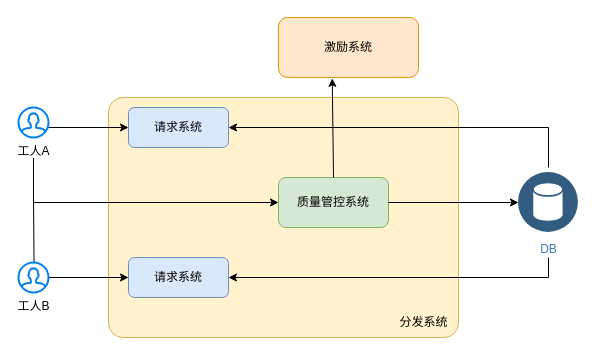
The draw.io diagram page "分发系统数据流" (1 of 3) of diagrams/分发系统.drawio in sduoffline/sapphire-doc, before the edit. Source tidied: cells renumbered, new cells numbered last; positions are measured from the earlier drawing's top-left corner, leaving out a move shared by most shapes. Both pictures are drawn from the tidied source at 100%, with x=0, y=0 at pixel (18, 17).
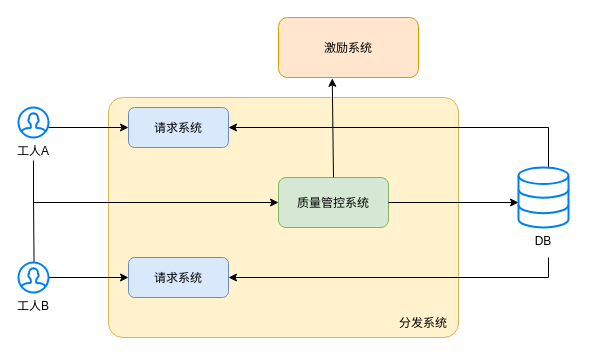
After the change.

Change to the diagram source:
```diff
@@
-    <mxCell id="2" style="rounded=1;whiteSpace=wrap;html=1;fillColor=#fff2cc;strokeColor=#d6b656;arcSize=6;" parent="1" vertex="1">
+    <mxCell id="2" style="rounded=1;fillColor=#fff2cc;strokeColor=#d6b656;arcSize=6;labelBorderColor=none;" parent="1" vertex="1">
       <mxGeometry x="90" y="80" width="350" height="240" as="geometry" />
     </mxCell>
-    <mxCell id="3" value="分发系统" style="text;html=1;align=center;verticalAlign=middle;strokeColor=none;fillColor=none;" parent="1" vertex="1">
+    <mxCell id="3" value="分发系统" style="text;align=center;verticalAlign=middle;strokeColor=none;fillColor=none;labelBorderColor=none;" parent="1" vertex="1">
       <mxGeometry x="370" y="290" width="70" height="30" as="geometry" />
     </mxCell>
-    <mxCell id="4" value="请求系统" style="rounded=1;whiteSpace=wrap;html=1;fillColor=#dae8fc;strokeColor=#6c8ebf;" parent="1" vertex="1">
+    <mxCell id="4" value="请求系统" style="rounded=1;fillColor=#dae8fc;strokeColor=#6c8ebf;labelBorderColor=none;" parent="1" vertex="1">
       <mxGeometry x="110" y="90" width="100" height="40" as="geometry" />
     </mxCell>
-    <mxCell id="5" value="请求系统" style="rounded=1;whiteSpace=wrap;html=1;fillColor=#dae8fc;strokeColor=#6c8ebf;" parent="1" vertex="1">
+    <mxCell id="5" value="请求系统" style="rounded=1;fillColor=#dae8fc;strokeColor=#6c8ebf;labelBorderColor=none;" parent="1" vertex="1">
       <mxGeometry x="110" y="240" width="100" height="40" as="geometry" />
     </mxCell>
-    <mxCell id="6" style="endArrow=classic;html=1;rounded=0;entryX=0;entryY=0.5;entryDx=0;entryDy=0;" parent="1" edge="1" target="4">
+    <mxCell id="6" style="endArrow=classic;rounded=0;entryX=0;entryY=0.5;entryDx=0;entryDy=0;labelBorderColor=none;" parent="1" edge="1" target="4">
       <mxGeometry relative="1" as="geometry">
         <mxPoint x="30" y="110" as="sourcePoint" />
       </mxGeometry>
     </mxCell>
-    <mxCell id="7" style="endArrow=classic;html=1;rounded=0;entryX=0;entryY=0.5;entryDx=0;entryDy=0;" parent="1" edge="1">
+    <mxCell id="7" style="endArrow=classic;rounded=0;entryX=0;entryY=0.5;entryDx=0;entryDy=0;labelBorderColor=none;" parent="1" edge="1">
       <mxGeometry relative="1" as="geometry">
         <mxPoint x="30" y="260" as="sourcePoint" />
         <mxPoint x="110" y="260" as="targetPoint" />
       </mxGeometry>
     </mxCell>
-    <mxCell id="8" style="endArrow=classic;html=1;rounded=0;entryX=1;entryY=0.5;entryDx=0;entryDy=0;" parent="1" edge="1" target="4">
+    <mxCell id="8" style="endArrow=classic;rounded=0;entryX=1;entryY=0.5;entryDx=0;entryDy=0;labelBorderColor=none;" parent="1" edge="1" target="4">
       <mxGeometry relative="1" as="geometry">
         <mxPoint x="530" y="150" as="sourcePoint" />
         <Array as="points">
           <mxPoint x="530" y="110" />
         </Array>
       </mxGeometry>
     </mxCell>
-    <mxCell id="9" style="endArrow=classic;html=1;rounded=0;entryX=1;entryY=0.5;entryDx=0;entryDy=0;" parent="1" edge="1" target="5">
+    <mxCell id="9" style="endArrow=classic;rounded=0;entryX=1;entryY=0.5;entryDx=0;entryDy=0;labelBorderColor=none;" parent="1" edge="1" target="5">
       <mxGeometry relative="1" as="geometry">
         <mxPoint x="530" y="240" as="sourcePoint" />
         <Array as="points">
           <mxPoint x="530" y="260" />
         </Array>
       </mxGeometry>
     </mxCell>
-    <mxCell id="10" value="质量管控系统" style="rounded=1;whiteSpace=wrap;html=1;fillColor=#d5e8d4;strokeColor=#82b366;" parent="1" vertex="1">
+    <mxCell id="10" value="质量管控系统" style="rounded=1;fillColor=#d5e8d4;strokeColor=#82b366;labelBorderColor=none;" parent="1" vertex="1">
       <mxGeometry x="260" y="160" width="110" height="50" as="geometry" />
     </mxCell>
-    <mxCell id="11" style="endArrow=classic;html=1;rounded=0;entryX=0;entryY=0.5;entryDx=0;entryDy=0;" parent="1" edge="1" target="10">
+    <mxCell id="11" style="endArrow=classic;rounded=0;entryX=0;entryY=0.5;entryDx=0;entryDy=0;labelBorderColor=none;" parent="1" edge="1" target="10">
       <mxGeometry relative="1" as="geometry">
         <mxPoint x="15" y="140" as="sourcePoint" />
         <Array as="points">
           <mxPoint x="15" y="185" />
         </Array>
       </mxGeometry>
     </mxCell>
-    <mxCell id="12" style="endArrow=none;html=1;rounded=0;exitX=0.518;exitY=-0.014;exitDx=0;exitDy=0;exitPerimeter=0;" parent="1" edge="1" source="17">
+    <mxCell id="12" style="endArrow=none;rounded=0;exitX=0.518;exitY=-0.014;exitDx=0;exitDy=0;exitPerimeter=0;labelBorderColor=none;" parent="1" edge="1" source="17">
       <mxGeometry relative="1" as="geometry">
         <mxPoint x="15" y="180" as="targetPoint" />
       </mxGeometry>
     </mxCell>
-    <mxCell id="13" style="endArrow=classic;html=1;rounded=0;exitX=1;exitY=0.5;exitDx=0;exitDy=0;entryX=0;entryY=0.5;entryDx=0;entryDy=0;" parent="1" edge="1" source="10" target="18">
-      <mxGeometry relative="1" as="geometry" />
+    <mxCell id="13" style="endArrow=classic;rounded=0;exitX=1;exitY=0.5;exitDx=0;exitDy=0;entryX=0;entryY=0.5;entryDx=0;entryDy=0;labelBorderColor=none;" parent="1" edge="1" source="10">
+      <mxGeometry relative="1" as="geometry">
+        <mxPoint x="500" y="185" as="targetPoint" />
+      </mxGeometry>
     </mxCell>
-    <mxCell id="14" value="激励系统" style="rounded=1;whiteSpace=wrap;html=1;fillColor=#ffe6cc;strokeColor=#d79b00;" parent="1" vertex="1">
+    <mxCell id="14" value="激励系统" style="rounded=1;fillColor=#ffe6cc;strokeColor=#d79b00;labelBorderColor=none;" parent="1" vertex="1">
       <mxGeometry x="260" width="140" height="60" as="geometry" />
     </mxCell>
-    <mxCell id="15" style="endArrow=classic;html=1;rounded=0;exitX=0.5;exitY=0;exitDx=0;exitDy=0;entryX=0.384;entryY=1.014;entryDx=0;entryDy=0;entryPerimeter=0;" parent="1" edge="1" source="10" target="14">
+    <mxCell id="15" style="endArrow=classic;rounded=0;exitX=0.5;exitY=0;exitDx=0;exitDy=0;entryX=0.384;entryY=1.014;entryDx=0;entryDy=0;entryPerimeter=0;labelBorderColor=none;" parent="1" edge="1" source="10" target="14">
       <mxGeometry relative="1" as="geometry" />
     </mxCell>
-    <mxCell id="16" value="工人A" style="html=1;verticalLabelPosition=bottom;align=center;labelBackgroundColor=#ffffff;verticalAlign=top;strokeWidth=2;strokeColor=#0080F0;shadow=0;dashed=0;shape=mxgraph.ios7.icons.user;" parent="1" vertex="1">
+    <mxCell id="16" value="工人A" style="verticalLabelPosition=bottom;align=center;labelBackgroundColor=#ffffff;verticalAlign=top;strokeWidth=2;strokeColor=#0080F0;shadow=0;dashed=0;shape=mxgraph.ios7.icons.user;labelBorderColor=none;" parent="1" vertex="1">
       <mxGeometry y="90" width="30" height="30" as="geometry" />
     </mxCell>
-    <mxCell id="17" value="工人B" style="html=1;verticalLabelPosition=bottom;align=center;labelBackgroundColor=#ffffff;verticalAlign=top;strokeWidth=2;strokeColor=#0080F0;shadow=0;dashed=0;shape=mxgraph.ios7.icons.user;" parent="1" vertex="1">
+    <mxCell id="17" value="工人B" style="verticalLabelPosition=bottom;align=center;labelBackgroundColor=#ffffff;verticalAlign=top;strokeWidth=2;strokeColor=#0080F0;shadow=0;dashed=0;shape=mxgraph.ios7.icons.user;labelBorderColor=none;" parent="1" vertex="1">
       <mxGeometry y="245" width="30" height="30" as="geometry" />
     </mxCell>
-    <mxCell id="18" value="DB" style="perimeter=ellipsePerimeter;html=1;align=center;shadow=0;dashed=0;fontColor=#4277BB;labelBackgroundColor=#ffffff;fontSize=12;spacingTop=3;image;image=img/lib/ibm/data/data_services.svg;" parent="1" vertex="1">
-      <mxGeometry x="500" y="155" width="60" height="60" as="geometry" />
+    <mxCell id="18" value="DB" style="verticalLabelPosition=bottom;align=center;labelBackgroundColor=#ffffff;verticalAlign=top;strokeWidth=2;strokeColor=#0080F0;shadow=0;dashed=0;shape=mxgraph.ios7.icons.data;" parent="1" vertex="1">
+      <mxGeometry x="500" y="150" width="50" height="60" as="geometry" />
     </mxCell>
```
